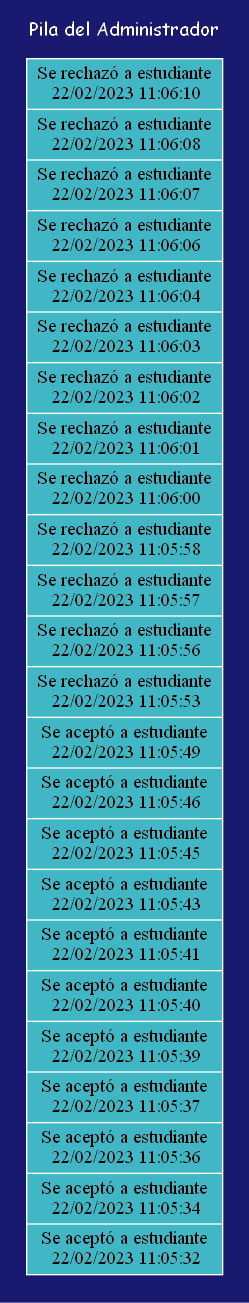
Earlier version of the Graphviz export EDD_Proyecto1_Fase1/reportes/reportes_pila_admin/reporte_acciones_admin.png (Damaris-Muralles/EDD_GoDrive). Its source is kept beside it as EDD_Proyecto1_Fase1/reportes/reportes_pila_admin/reporte_acciones_admin.dot.
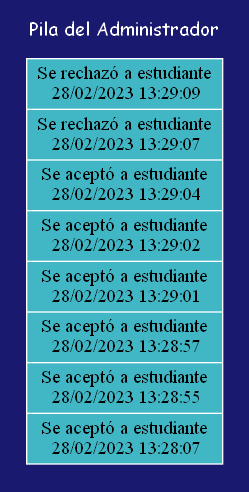
After the commit.

Diff of the diagram source:
```diff
@@ -8,6 +8,6 @@
 		color=	midnightblue;
 		label = "Pila del Administrador";
 		struct1 [fillcolor=5,label="
-	Se rechazó a estudiante&#92;n 22/02/2023 11:06:10|Se rechazó a estudiante&#92;n 22/02/2023 11:06:08|Se rechazó a estudiante&#92;n 22/02/2023 11:06:07|Se rechazó a estudiante&#92;n 22/02/2023 11:06:06|Se rechazó a estudiante&#92;n 22/02/2023 11:06:04|Se rechazó a estudiante&#92;n 22/02/2023 11:06:03|Se rechazó a estudiante&#92;n 22/02/2023 11:06:02|Se rechazó a estudiante&#92;n 22/02/2023 11:06:01|Se rechazó a estudiante&#92;n 22/02/2023 11:06:00|Se rechazó a estudiante&#92;n 22/02/2023 11:05:58|Se rechazó a estudiante&#92;n 22/02/2023 11:05:57|Se rechazó a estudiante&#92;n 22/02/2023 11:05:56|Se rechazó a estudiante&#92;n 22/02/2023 11:05:53|Se aceptó a estudiante&#92;n 22/02/2023 11:05:49|Se aceptó a estudiante&#92;n 22/02/2023 11:05:46|Se aceptó a estudiante&#92;n 22/02/2023 11:05:45|Se aceptó a estudiante&#92;n 22/02/2023 11:05:43|Se aceptó a estudiante&#92;n 22/02/2023 11:05:41|Se aceptó a estudiante&#92;n 22/02/2023 11:05:40|Se aceptó a estudiante&#92;n 22/02/2023 11:05:39|Se aceptó a estudiante&#92;n 22/02/2023 11:05:37|Se aceptó a estudiante&#92;n 22/02/2023 11:05:36|Se aceptó a estudiante&#92;n 22/02/2023 11:05:34|Se aceptó a estudiante&#92;n 22/02/2023 11:05:32"];
+	Se rechazó a estudiante&#92;n 28/02/2023 13:29:09|Se rechazó a estudiante&#92;n 28/02/2023 13:29:07|Se aceptó a estudiante&#92;n 28/02/2023 13:29:04|Se aceptó a estudiante&#92;n 28/02/2023 13:29:02|Se aceptó a estudiante&#92;n 28/02/2023 13:29:01|Se aceptó a estudiante&#92;n 28/02/2023 13:28:57|Se aceptó a estudiante&#92;n 28/02/2023 13:28:55|Se aceptó a estudiante&#92;n 28/02/2023 13:28:07"];
 	}
 }
```
